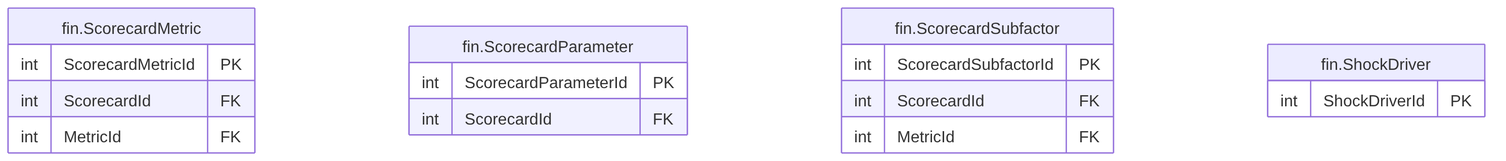
Above: treasury-platform/docs/diagrams/erd/m5_financials_11.png in thawrasy/smartlines (Mermaid), before the change. Its source is kept beside it as treasury-platform/docs/diagrams/erd/m5_financials_11.mmd.
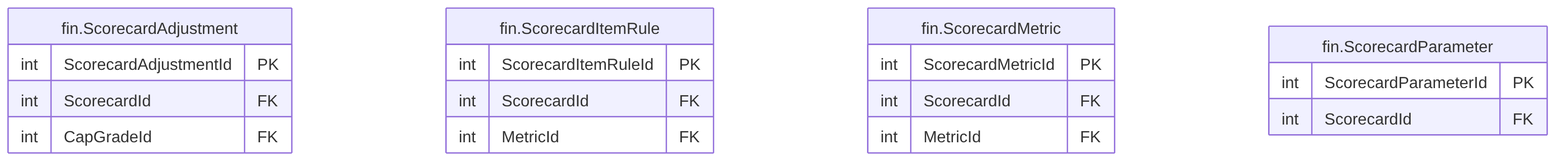
The same diagram one commit later.

What changed in the source:
```diff
@@ -1,4 +1,14 @@
 erDiagram
+  fin_ScorecardAdjustment["fin.ScorecardAdjustment"] {
+    int ScorecardAdjustmentId PK
+    int ScorecardId FK
+    int CapGradeId FK
+  }
+  fin_ScorecardItemRule["fin.ScorecardItemRule"] {
+    int ScorecardItemRuleId PK
+    int ScorecardId FK
+    int MetricId FK
+  }
   fin_ScorecardMetric["fin.ScorecardMetric"] {
     int ScorecardMetricId PK
     int ScorecardId FK
@@ -8,11 +18,3 @@
     int ScorecardParameterId PK
     int ScorecardId FK
   }
-  fin_ScorecardSubfactor["fin.ScorecardSubfactor"] {
-    int ScorecardSubfactorId PK
-    int ScorecardId FK
-    int MetricId FK
-  }
-  fin_ShockDriver["fin.ShockDriver"] {
-    int ShockDriverId PK
-  }
```
